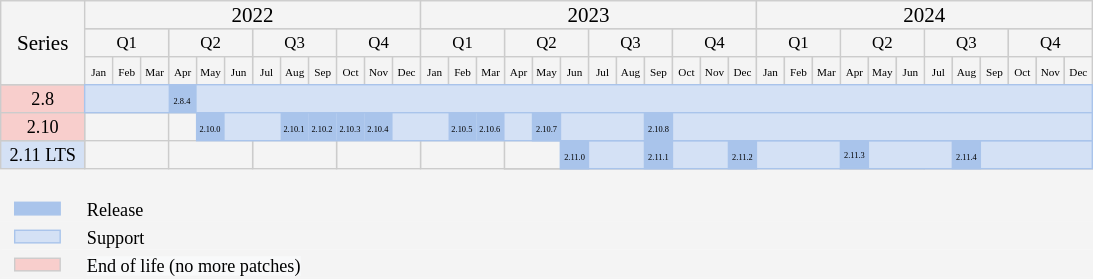
tarantool/doc keeps this draw.io diagram as doc/release/_images/releases_calendar.svg. Above is the earlier version. Source tidied: cells renumbered, new cells last; positions are measured from the earlier drawing's top-left corner, leaving out a move shared by most shapes.
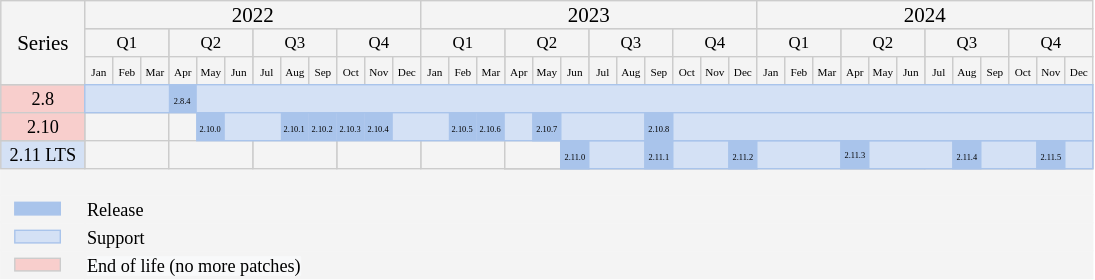
Above is the later version.

Change to the diagram source:
```diff
@@ -392,5 +392,8 @@
     <mxCell id="131" value="&lt;span style=&quot;font-size: 6px&quot;&gt;&lt;font face=&quot;VK Sans Text&quot;&gt;2.11.4&lt;/font&gt;&lt;/span&gt;" style="align=center;strokeColor=#A9C4EB;html=1;fillColor=#A9C4EB;" parent="1" vertex="1">
       <mxGeometry x="680" y="100" width="20" height="20" as="geometry" />
     </mxCell>
+    <mxCell id="132" value="&lt;span style=&quot;font-size: 6px&quot;&gt;&lt;font face=&quot;VK Sans Text&quot;&gt;2.11.5&lt;/font&gt;&lt;/span&gt;" style="align=center;strokeColor=#A9C4EB;html=1;fillColor=#A9C4EB;" parent="1" vertex="1">
+      <mxGeometry x="740" y="100" width="20" height="20" as="geometry" />
+    </mxCell>
   </root>
 </mxGraphModel>
```
